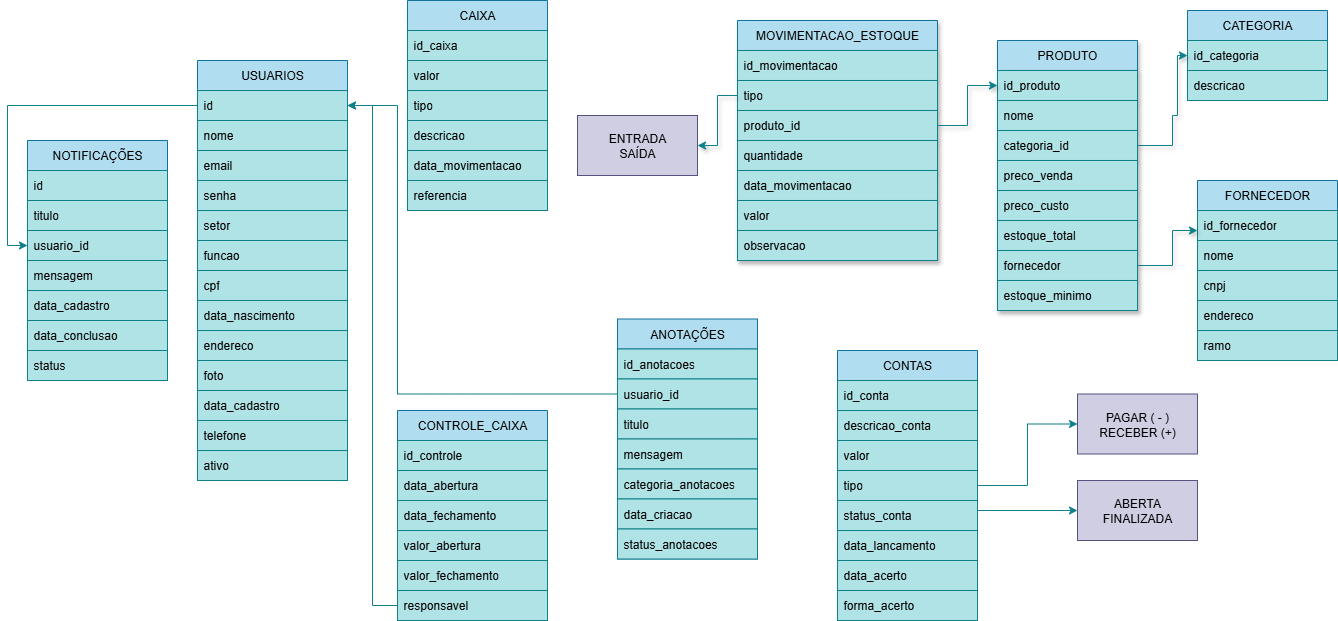
Before: db/planta.png, a diagram exported from draw.io (ozeiasTI/Shop). Source tidied: cells renumbered, new cells last; positions are measured from the earlier drawing's top-left corner, leaving out a move shared by most shapes.
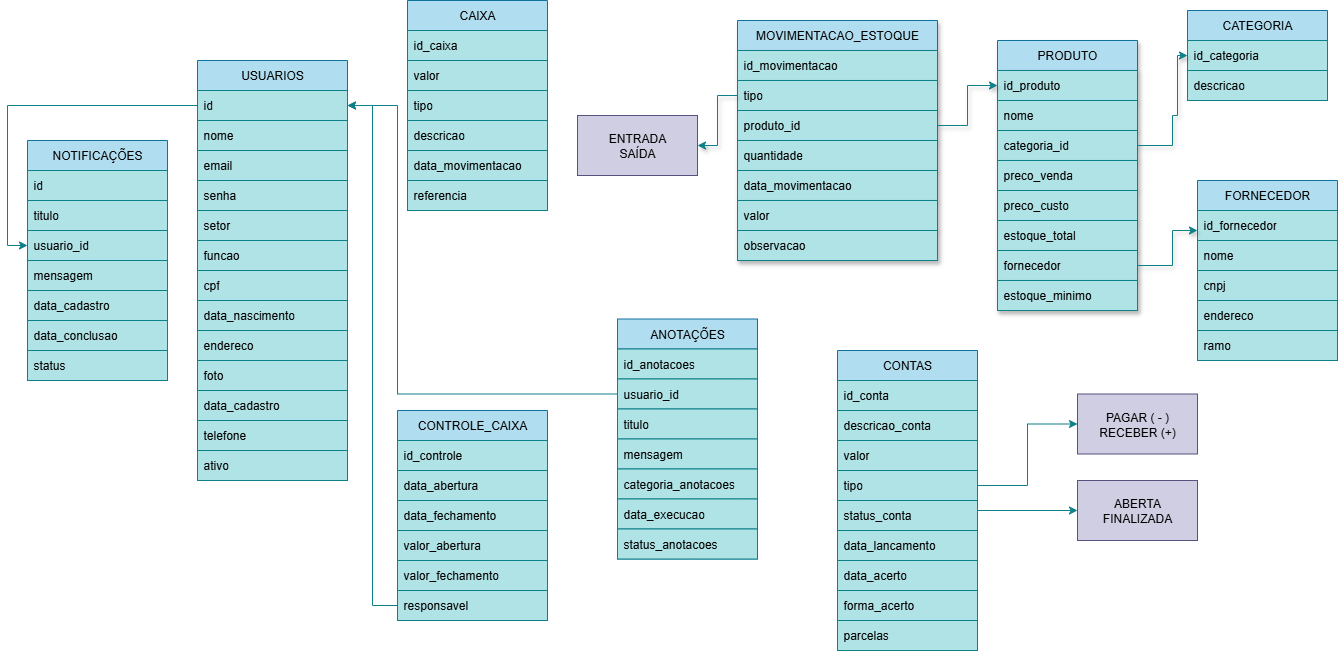
Above is the later version.

Diff of the diagram source:
```diff
@@ -138,7 +138,7 @@
       </mxGeometry>
     </mxCell>
     <mxCell id="41" value="CONTAS" style="swimlane;fontStyle=0;horizontal=1;startSize=30;whiteSpace=wrap;html=1;fillColor=#b1ddf0;strokeColor=#10739e;" parent="1" vertex="1">
-      <mxGeometry x="810" y="350" width="140" height="270" as="geometry" />
+      <mxGeometry x="810" y="350" width="140" height="300" as="geometry" />
     </mxCell>
     <mxCell id="42" value="id_conta" style="text;strokeColor=#0e8088;fillColor=#b0e3e6;align=left;verticalAlign=middle;spacingLeft=4;spacingRight=4;overflow=hidden;whiteSpace=wrap;html=1;" parent="41" vertex="1">
       <mxGeometry y="30" width="140" height="30" as="geometry" />
@@ -164,6 +164,9 @@
     <mxCell id="49" value="forma_acerto" style="text;strokeColor=#0e8088;fillColor=#b0e3e6;align=left;verticalAlign=middle;spacingLeft=4;spacingRight=4;overflow=hidden;whiteSpace=wrap;html=1;" parent="41" vertex="1">
       <mxGeometry y="240" width="140" height="30" as="geometry" />
     </mxCell>
+    <mxCell id="93" value="parcelas" style="text;strokeColor=#0e8088;fillColor=#b0e3e6;align=left;verticalAlign=middle;spacingLeft=4;spacingRight=4;overflow=hidden;whiteSpace=wrap;html=1;" parent="41" vertex="1">
+      <mxGeometry y="270" width="140" height="30" as="geometry" />
+    </mxCell>
     <mxCell id="50" value="ABERTA&lt;div&gt;FINALIZADA&lt;/div&gt;" style="rounded=0;whiteSpace=wrap;html=1;fillColor=#d0cee2;strokeColor=#56517e;" parent="1" vertex="1">
       <mxGeometry x="1050" y="480" width="120" height="60" as="geometry" />
     </mxCell>
@@ -191,7 +194,7 @@
     <mxCell id="58" value="categoria_anotacoes" style="text;strokeColor=#0e8088;fillColor=#b0e3e6;align=left;verticalAlign=middle;spacingLeft=4;spacingRight=4;overflow=hidden;whiteSpace=wrap;html=1;" parent="53" vertex="1">
       <mxGeometry y="150" width="140" height="30" as="geometry" />
     </mxCell>
-    <mxCell id="59" value="data_criacao" style="text;strokeColor=#0e8088;fillColor=#b0e3e6;align=left;verticalAlign=middle;spacingLeft=4;spacingRight=4;overflow=hidden;whiteSpace=wrap;html=1;" parent="53" vertex="1">
+    <mxCell id="59" value="data_execucao" style="text;strokeColor=#0e8088;fillColor=#b0e3e6;align=left;verticalAlign=middle;spacingLeft=4;spacingRight=4;overflow=hidden;whiteSpace=wrap;html=1;" parent="53" vertex="1">
       <mxGeometry y="180" width="140" height="30" as="geometry" />
     </mxCell>
     <mxCell id="60" value="status_anotacoes" style="text;strokeColor=#0e8088;fillColor=#b0e3e6;align=left;verticalAlign=middle;spacingLeft=4;spacingRight=4;overflow=hidden;whiteSpace=wrap;html=1;" parent="53" vertex="1">
```
